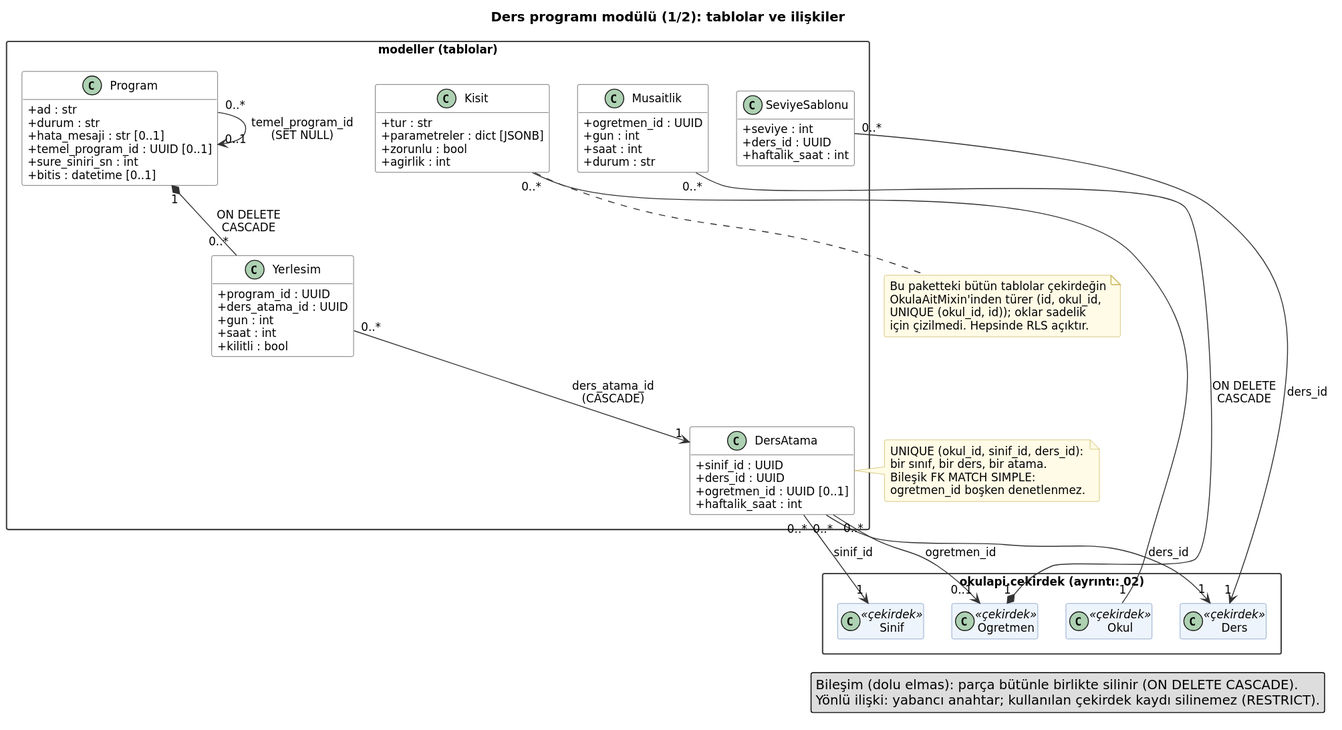
This is docs/diyagramlar/cikti/04-ders-programi-tablolar.svg from yusuf-aycicek/cizelge, a PlantUML export, as it was before one commit.
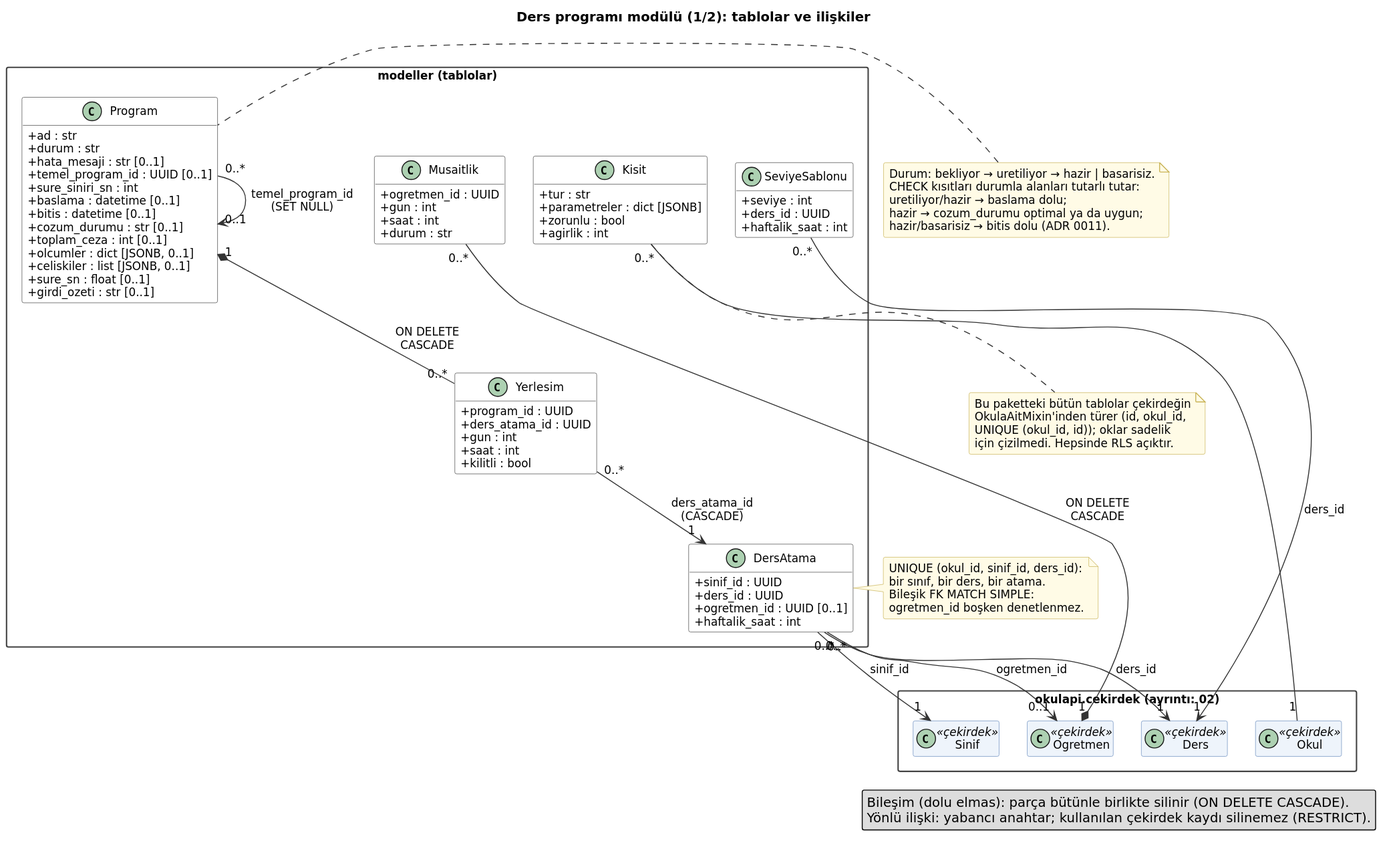
Above is the later version.

What changed in the source:
```diff
@@ -45,7 +45,14 @@
     +hata_mesaji : str [0..1]
     +temel_program_id : UUID [0..1]
     +sure_siniri_sn : int
+    +baslama : datetime [0..1]
     +bitis : datetime [0..1]
+    +cozum_durumu : str [0..1]
+    +toplam_ceza : int [0..1]
+    +olcumler : dict [JSONB, 0..1]
+    +celiskiler : list [JSONB, 0..1]
+    +sure_sn : float [0..1]
+    +girdi_ozeti : str [0..1]
   }
   class Yerlesim {
     +program_id : UUID
@@ -73,6 +80,14 @@
   ogretmen_id boşken denetlenmez.
 end note
 
+note left of Program
+  Durum: bekliyor → uretiliyor → hazir | basarisiz.
+  CHECK kısıtları durumla alanları tutarlı tutar:
+  uretiliyor/hazir → baslama dolu;
+  hazir → cozum_durumu optimal ya da uygun;
+  hazir/basarisiz → bitis dolu (ADR 0011).
+end note
+
 note bottom of Kisit
   Bu paketteki bütün tablolar çekirdeğin
   OkulaAitMixin'inden türer (id, okul_id,
```
